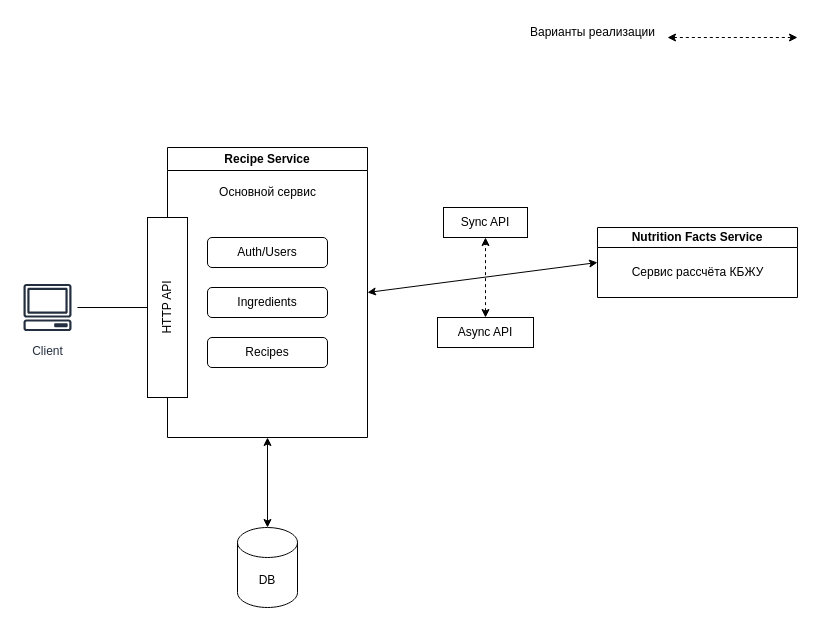
The draw.io diagram page "mono+1 service" (1 of 2) of docs/recipetor arch.drawio in tony-spark/recipetor-backend, before the edit. Source tidied: cells renumbered, new cells numbered last; positions are measured from the earlier drawing's top-left corner, leaving out a move shared by most shapes. Both pictures are drawn from the tidied source at 100%, with x=0, y=0 at pixel (17, 17).
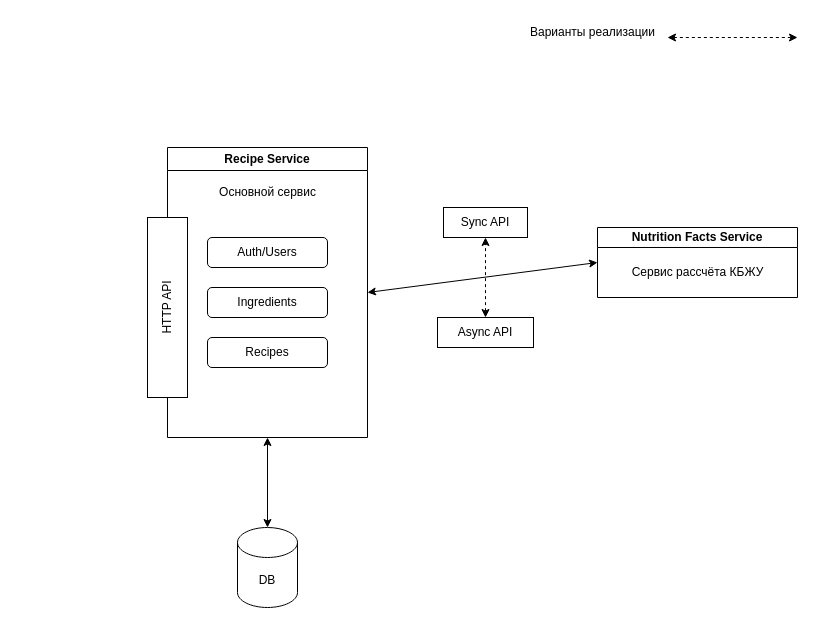
The same diagram, later.

Unchanged cells that the change refers to:
```xml
<mxCell id="11" value="HTTP API" style="whiteSpace=wrap;html=1;horizontal=0;" parent="1" vertex="1">
  <mxGeometry x="130" y="200" width="40" height="180" as="geometry" />
</mxCell>
```

Change to the diagram source:
```diff
@@
-    <mxCell id="14" style="endArrow=none;html=1;rounded=0;exitX=0;exitY=0.5;exitDx=0;exitDy=0;" parent="1" edge="1" source="11">
-      <mxGeometry relative="1" as="geometry">
-        <mxPoint x="50" y="290" as="targetPoint" />
-      </mxGeometry>
-    </mxCell>
-    <mxCell id="15" value="Client" style="sketch=0;fontColor=#232F3E;gradientColor=none;strokeColor=#232F3E;fillColor=#ffffff;dashed=0;verticalLabelPosition=bottom;verticalAlign=top;align=center;html=1;fontSize=12;fontStyle=0;shape=mxgraph.aws4.resourceIcon;resIcon=mxgraph.aws4.client;" parent="1" vertex="1">
-      <mxGeometry y="260" width="60" height="60" as="geometry" />
-    </mxCell>
```
